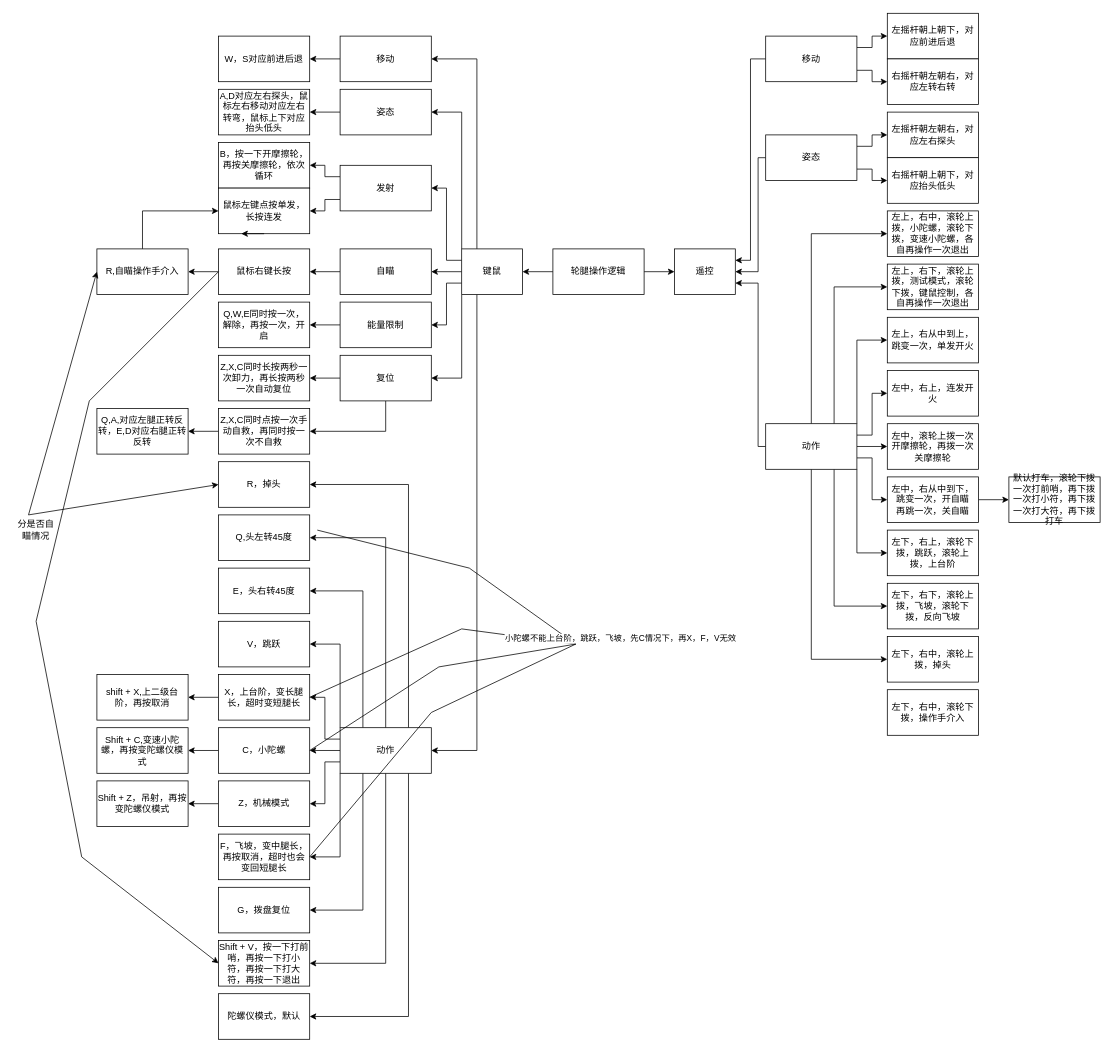
Above: draw.io/opera_logic.drawio in WRX1234-code/RP__wrx (draw.io), before the change. Source tidied: cells renumbered, new cells numbered last; positions are measured from the earlier drawing's top-left corner, leaving out a move shared by most shapes. Both pictures are drawn from the tidied source at 76%, with x=0, y=0 at pixel (13, 13).
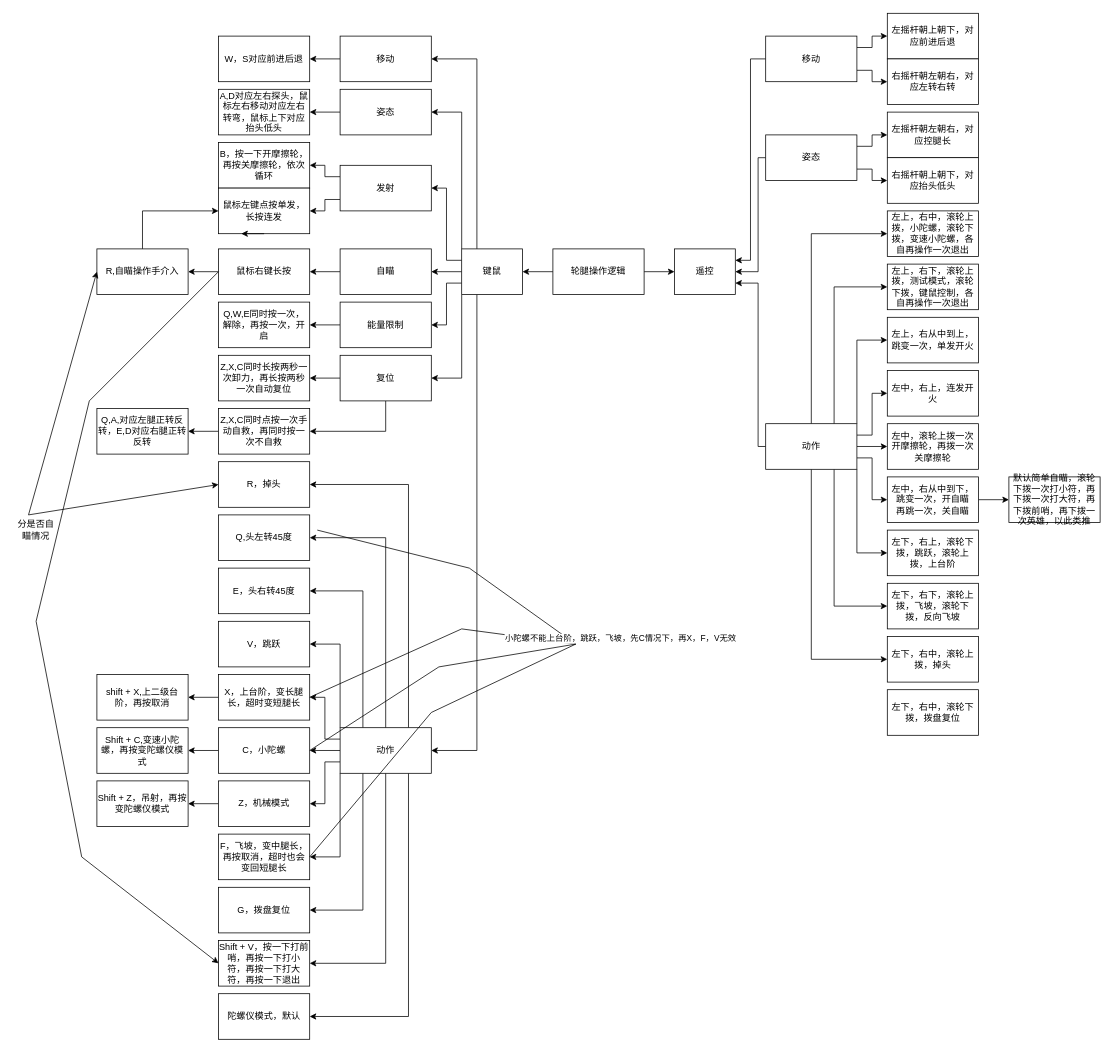
The same page after the edit.

What changed in the source:
```diff
@@
-    <mxCell id="19" value="左摇杆朝左朝右，对应左右探头" style="rounded=0;whiteSpace=wrap;html=1;" parent="1" vertex="1">
+    <mxCell id="19" value="左摇杆朝左朝右，对应控腿长" style="rounded=0;whiteSpace=wrap;html=1;" parent="1" vertex="1">
       <mxGeometry x="1150" y="130" width="120" height="60" as="geometry" />
     </mxCell>
@@
-    <mxCell id="92" value="默认打车，滚轮下拨&lt;div&gt;一次打前哨，再下拨一次打小符，再下拨一次打大符，再下拨打车&lt;/div&gt;" style="rounded=0;whiteSpace=wrap;html=1;" parent="1" vertex="1">
+    <mxCell id="92" value="默认简单自瞄，滚轮&lt;span style=&quot;background-color: transparent; color: light-dark(rgb(0, 0, 0), rgb(255, 255, 255));&quot;&gt;下拨一次打小符，再下拨一次打大符，再下拨前哨，再下拨一次英雄，以此类推&lt;/span&gt;" style="rounded=0;whiteSpace=wrap;html=1;" parent="1" vertex="1">
       <mxGeometry x="1310" y="610" width="120" height="60" as="geometry" />
     </mxCell>
@@
-    <mxCell id="104" value="左下，右中，滚轮下拨，操作手介入" style="rounded=0;whiteSpace=wrap;html=1;" parent="1" vertex="1">
+    <mxCell id="104" value="左下，右中，滚轮下拨，拨盘复位" style="rounded=0;whiteSpace=wrap;html=1;" parent="1" vertex="1">
       <mxGeometry x="1150" y="890" width="120" height="60" as="geometry" />
     </mxCell>
```
